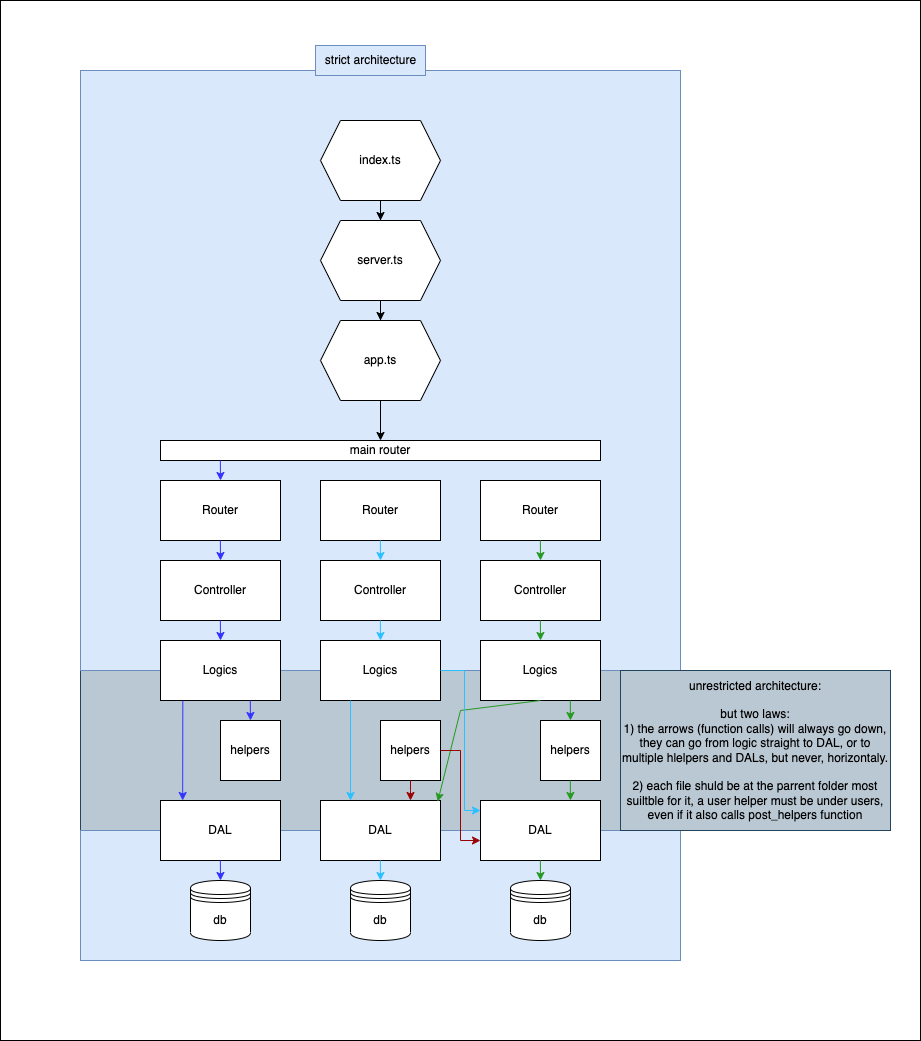
tomerOko/monolit_template keeps this draw.io diagram as conventions/folder_stracture.png. Above is the earlier version. Source tidied: cells renumbered, new cells last; positions are measured from the earlier drawing's top-left corner, leaving out a move shared by most shapes.
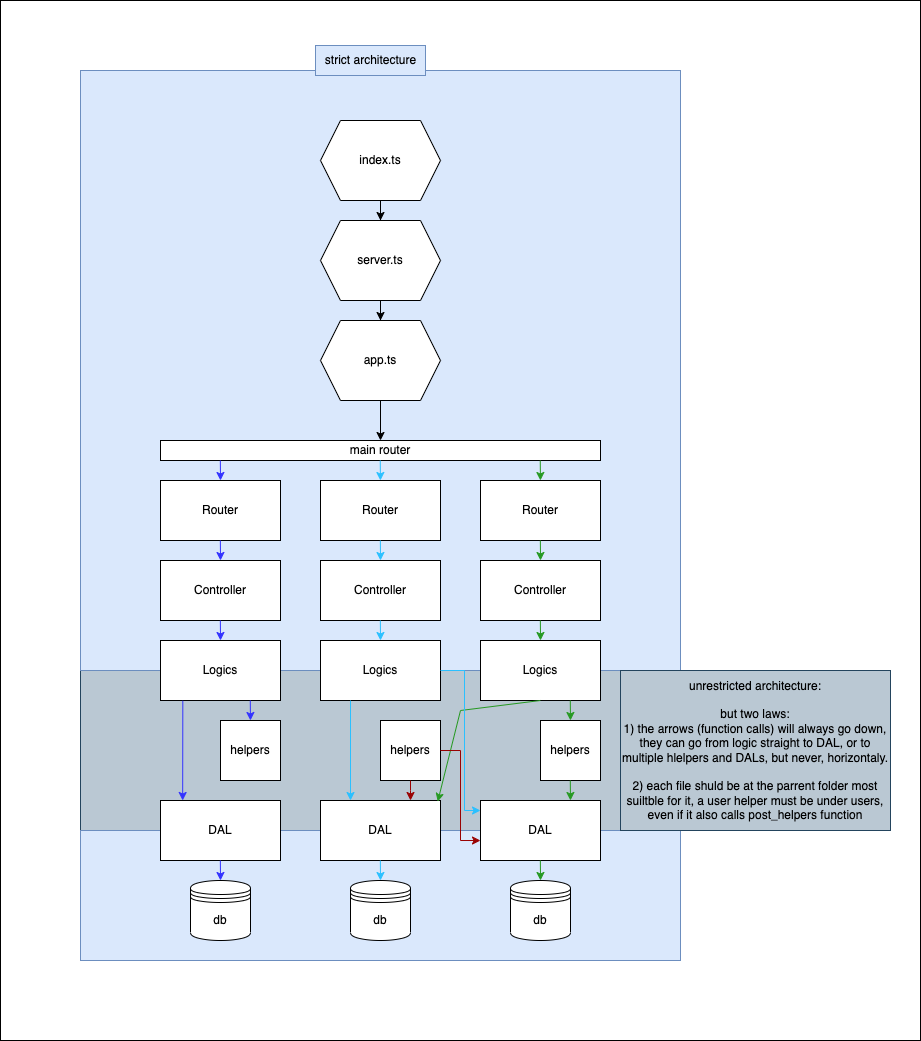
The same diagram one commit later.

Commit message:
folder_stracture

What changed in the source:
```diff
@@ -213,5 +213,17 @@
         </Array>
       </mxGeometry>
     </mxCell>
+    <mxCell id="52" style="endArrow=classic;html=1;rounded=0;strokeColor=#269922;entryX=0.5;entryY=0;entryDx=0;entryDy=0;exitX=0.136;exitY=1;exitDx=0;exitDy=0;exitPerimeter=0;" parent="1" edge="1">
+      <mxGeometry relative="1" as="geometry">
+        <mxPoint x="539.8" y="460" as="sourcePoint" />
+        <mxPoint x="539.9" y="480" as="targetPoint" />
+      </mxGeometry>
+    </mxCell>
+    <mxCell id="53" style="endArrow=classic;html=1;rounded=0;strokeColor=#2BC0FF;entryX=0.5;entryY=0;entryDx=0;entryDy=0;exitX=0.136;exitY=1;exitDx=0;exitDy=0;exitPerimeter=0;" parent="1" edge="1">
+      <mxGeometry relative="1" as="geometry">
+        <mxPoint x="379.8" y="460" as="sourcePoint" />
+        <mxPoint x="379.9" y="480" as="targetPoint" />
+      </mxGeometry>
+    </mxCell>
   </root>
 </mxGraphModel>
```
